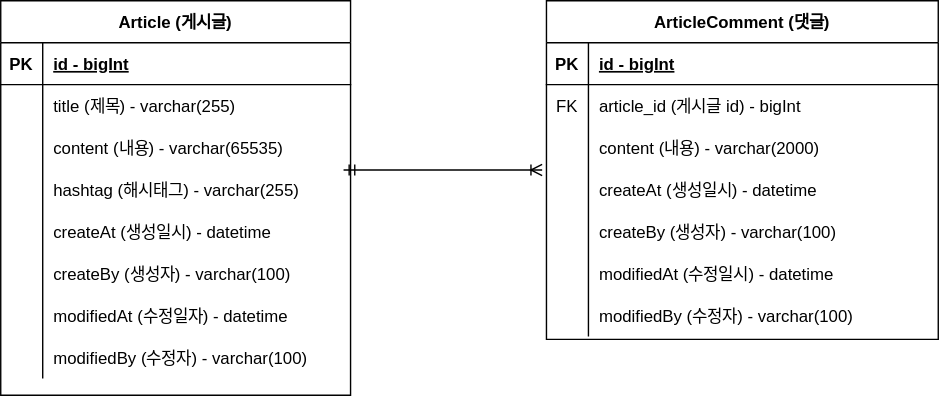
Before: domain.drawio.svg, a diagram exported from draw.io (cathuvi/fast). Source tidied: cells renumbered, new cells last; positions are measured from the earlier drawing's top-left corner, leaving out a move shared by most shapes. The source it was exported from:
```xml
<mxGraphModel>
  <root>
    <mxCell id="0" />
    <mxCell id="1" parent="0" />
    <mxCell id="2" value="Article (게시글)" style="shape=table;startSize=30;rowLines=0;fontStyle=1;align=center;" parent="1" vertex="1">
      <mxGeometry width="250" height="282" as="geometry" />
    </mxCell>
    <mxCell id="3" style="shape=tableRow;horizontal=0;startSize=0;swimlaneHead=0;swimlaneBody=0;fillColor=none;top=0;left=0;right=0;bottom=1;" parent="2" vertex="1">
      <mxGeometry y="30" width="250" height="30" as="geometry" />
    </mxCell>
    <mxCell id="4" value="PK" style="shape=partialRectangle;fillColor=none;top=0;left=0;bottom=0;right=0;fontStyle=1;overflow=hidden;" parent="3" vertex="1">
      <mxGeometry width="30" height="30" as="geometry" />
    </mxCell>
    <mxCell id="5" value="id - bigInt" style="shape=partialRectangle;fillColor=none;top=0;left=0;bottom=0;right=0;align=left;spacingLeft=6;fontStyle=5;overflow=hidden;" parent="3" vertex="1">
      <mxGeometry x="30" width="220" height="30" as="geometry" />
    </mxCell>
    <mxCell id="6" style="shape=tableRow;horizontal=0;startSize=0;swimlaneHead=0;swimlaneBody=0;fillColor=none;top=0;left=0;right=0;bottom=0;" parent="2" vertex="1">
      <mxGeometry y="60" width="250" height="30" as="geometry" />
    </mxCell>
    <mxCell id="7" style="shape=partialRectangle;fillColor=none;top=0;left=0;bottom=0;right=0;overflow=hidden;" parent="6" vertex="1">
      <mxGeometry width="30" height="30" as="geometry" />
    </mxCell>
    <mxCell id="8" value="title (제목) - varchar(255)" style="shape=partialRectangle;fillColor=none;top=0;left=0;bottom=0;right=0;align=left;spacingLeft=6;overflow=hidden;" parent="6" vertex="1">
      <mxGeometry x="30" width="220" height="30" as="geometry" />
    </mxCell>
    <mxCell id="9" style="shape=tableRow;horizontal=0;startSize=0;swimlaneHead=0;swimlaneBody=0;fillColor=none;top=0;left=0;right=0;bottom=0;" parent="2" vertex="1">
      <mxGeometry y="90" width="250" height="30" as="geometry" />
    </mxCell>
    <mxCell id="10" style="shape=partialRectangle;fillColor=none;top=0;left=0;bottom=0;right=0;overflow=hidden;" parent="9" vertex="1">
      <mxGeometry width="30" height="30" as="geometry" />
    </mxCell>
    <mxCell id="11" value="content (내용) - varchar(65535)" style="shape=partialRectangle;fillColor=none;top=0;left=0;bottom=0;right=0;align=left;spacingLeft=6;overflow=hidden;" parent="9" vertex="1">
      <mxGeometry x="30" width="220" height="30" as="geometry" />
    </mxCell>
    <mxCell id="12" style="shape=tableRow;horizontal=0;startSize=0;swimlaneHead=0;swimlaneBody=0;fillColor=none;points=[[0,0.5],[1,0.5]];portConstraint=eastwest;top=0;left=0;right=0;bottom=0;" parent="2" vertex="1">
      <mxGeometry y="120" width="250" height="30" as="geometry" />
    </mxCell>
    <mxCell id="13" style="shape=partialRectangle;fillColor=none;top=0;left=0;bottom=0;right=0;overflow=hidden;" parent="12" vertex="1">
      <mxGeometry width="30" height="30" as="geometry" />
    </mxCell>
    <mxCell id="14" value="hashtag (해시태그) - varchar(255)" style="shape=partialRectangle;fillColor=none;top=0;left=0;bottom=0;right=0;align=left;spacingLeft=6;overflow=hidden;" parent="12" vertex="1">
      <mxGeometry x="30" width="220" height="30" as="geometry" />
    </mxCell>
    <mxCell id="15" style="shape=tableRow;horizontal=0;startSize=0;swimlaneHead=0;swimlaneBody=0;fillColor=none;top=0;left=0;right=0;bottom=0;" parent="2" vertex="1">
      <mxGeometry y="150" width="250" height="30" as="geometry" />
    </mxCell>
    <mxCell id="16" style="shape=partialRectangle;fillColor=none;top=0;left=0;bottom=0;right=0;overflow=hidden;" parent="15" vertex="1">
      <mxGeometry width="30" height="30" as="geometry" />
    </mxCell>
    <mxCell id="17" value="createAt (생성일시) - datetime" style="shape=partialRectangle;fillColor=none;top=0;left=0;bottom=0;right=0;align=left;spacingLeft=6;overflow=hidden;" parent="15" vertex="1">
      <mxGeometry x="30" width="220" height="30" as="geometry" />
    </mxCell>
    <mxCell id="18" style="shape=tableRow;horizontal=0;startSize=0;swimlaneHead=0;swimlaneBody=0;fillColor=none;top=0;left=0;right=0;bottom=0;" parent="2" vertex="1">
      <mxGeometry y="180" width="250" height="30" as="geometry" />
    </mxCell>
    <mxCell id="19" style="shape=partialRectangle;fillColor=none;top=0;left=0;bottom=0;right=0;overflow=hidden;" parent="18" vertex="1">
      <mxGeometry width="30" height="30" as="geometry" />
    </mxCell>
    <mxCell id="20" value="createBy (생성자) - varchar(100)" style="shape=partialRectangle;fillColor=none;top=0;left=0;bottom=0;right=0;align=left;spacingLeft=6;overflow=hidden;" parent="18" vertex="1">
      <mxGeometry x="30" width="220" height="30" as="geometry" />
    </mxCell>
    <mxCell id="21" style="shape=tableRow;horizontal=0;startSize=0;swimlaneHead=0;swimlaneBody=0;fillColor=none;top=0;left=0;right=0;bottom=0;" parent="2" vertex="1">
      <mxGeometry y="210" width="250" height="30" as="geometry" />
    </mxCell>
    <mxCell id="22" style="shape=partialRectangle;fillColor=none;top=0;left=0;bottom=0;right=0;overflow=hidden;" parent="21" vertex="1">
      <mxGeometry width="30" height="30" as="geometry" />
    </mxCell>
    <mxCell id="23" value="modifiedAt (수정일자) - datetime" style="shape=partialRectangle;fillColor=none;top=0;left=0;bottom=0;right=0;align=left;spacingLeft=6;overflow=hidden;" parent="21" vertex="1">
      <mxGeometry x="30" width="220" height="30" as="geometry" />
    </mxCell>
    <mxCell id="24" style="shape=tableRow;horizontal=0;startSize=0;swimlaneHead=0;swimlaneBody=0;fillColor=none;top=0;left=0;right=0;bottom=0;" parent="2" vertex="1">
      <mxGeometry y="240" width="250" height="30" as="geometry" />
    </mxCell>
    <mxCell id="25" style="shape=partialRectangle;fillColor=none;top=0;left=0;bottom=0;right=0;overflow=hidden;" parent="24" vertex="1">
      <mxGeometry width="30" height="30" as="geometry" />
    </mxCell>
    <mxCell id="26" value="modifiedBy (수정자) - varchar(100)" style="shape=partialRectangle;fillColor=none;top=0;left=0;bottom=0;right=0;align=left;spacingLeft=6;overflow=hidden;" parent="24" vertex="1">
      <mxGeometry x="30" width="220" height="30" as="geometry" />
    </mxCell>
    <mxCell id="27" value="ArticleComment (댓글)" style="shape=table;startSize=30;rowLines=0;fontStyle=1;align=center;" parent="1" vertex="1">
      <mxGeometry x="390" width="280" height="242" as="geometry" />
    </mxCell>
    <mxCell id="28" style="shape=tableRow;horizontal=0;startSize=0;swimlaneHead=0;swimlaneBody=0;fillColor=none;top=0;left=0;right=0;bottom=1;" parent="27" vertex="1">
      <mxGeometry y="30" width="280" height="30" as="geometry" />
    </mxCell>
    <mxCell id="29" value="PK" style="shape=partialRectangle;fillColor=none;top=0;left=0;bottom=0;right=0;fontStyle=1;overflow=hidden;" parent="28" vertex="1">
      <mxGeometry width="30" height="30" as="geometry" />
    </mxCell>
    <mxCell id="30" value="id - bigInt" style="shape=partialRectangle;fillColor=none;top=0;left=0;bottom=0;right=0;align=left;spacingLeft=6;fontStyle=5;overflow=hidden;" parent="28" vertex="1">
      <mxGeometry x="30" width="250" height="30" as="geometry" />
    </mxCell>
    <mxCell id="31" style="shape=tableRow;horizontal=0;startSize=0;swimlaneHead=0;swimlaneBody=0;fillColor=none;top=0;left=0;right=0;bottom=0;" parent="27" vertex="1">
      <mxGeometry y="60" width="280" height="30" as="geometry" />
    </mxCell>
    <mxCell id="32" value="FK" style="shape=partialRectangle;fillColor=none;top=0;left=0;bottom=0;right=0;overflow=hidden;" parent="31" vertex="1">
      <mxGeometry width="30" height="30" as="geometry" />
    </mxCell>
    <mxCell id="33" value="article_id (게시글 id) - bigInt" style="shape=partialRectangle;fillColor=none;top=0;left=0;bottom=0;right=0;align=left;spacingLeft=6;overflow=hidden;" parent="31" vertex="1">
      <mxGeometry x="30" width="250" height="30" as="geometry" />
    </mxCell>
    <mxCell id="34" style="shape=tableRow;horizontal=0;startSize=0;swimlaneHead=0;swimlaneBody=0;fillColor=none;points=[[0,0.5],[1,0.5]];portConstraint=eastwest;top=0;left=0;right=0;bottom=0;" parent="27" vertex="1">
      <mxGeometry y="90" width="280" height="30" as="geometry" />
    </mxCell>
    <mxCell id="35" style="shape=partialRectangle;fillColor=none;top=0;left=0;bottom=0;right=0;overflow=hidden;" parent="34" vertex="1">
      <mxGeometry width="30" height="30" as="geometry" />
    </mxCell>
    <mxCell id="36" value="content (내용) - varchar(2000)" style="shape=partialRectangle;fillColor=none;top=0;left=0;bottom=0;right=0;align=left;spacingLeft=6;overflow=hidden;" parent="34" vertex="1">
      <mxGeometry x="30" width="250" height="30" as="geometry" />
    </mxCell>
    <mxCell id="37" style="shape=tableRow;horizontal=0;startSize=0;swimlaneHead=0;swimlaneBody=0;fillColor=none;top=0;left=0;right=0;bottom=0;" parent="27" vertex="1">
      <mxGeometry y="120" width="280" height="30" as="geometry" />
    </mxCell>
    <mxCell id="38" style="shape=partialRectangle;fillColor=none;top=0;left=0;bottom=0;right=0;overflow=hidden;" parent="37" vertex="1">
      <mxGeometry width="30" height="30" as="geometry" />
    </mxCell>
    <mxCell id="39" value="createAt (생성일시) - datetime" style="shape=partialRectangle;fillColor=none;top=0;left=0;bottom=0;right=0;align=left;spacingLeft=6;overflow=hidden;" parent="37" vertex="1">
      <mxGeometry x="30" width="250" height="30" as="geometry" />
    </mxCell>
    <mxCell id="40" style="shape=tableRow;horizontal=0;startSize=0;swimlaneHead=0;swimlaneBody=0;fillColor=none;top=0;left=0;right=0;bottom=0;" parent="27" vertex="1">
      <mxGeometry y="150" width="280" height="30" as="geometry" />
    </mxCell>
    <mxCell id="41" style="shape=partialRectangle;fillColor=none;top=0;left=0;bottom=0;right=0;overflow=hidden;" parent="40" vertex="1">
      <mxGeometry width="30" height="30" as="geometry" />
    </mxCell>
    <mxCell id="42" value="createBy (생성자) - varchar(100)" style="shape=partialRectangle;fillColor=none;top=0;left=0;bottom=0;right=0;align=left;spacingLeft=6;overflow=hidden;" parent="40" vertex="1">
      <mxGeometry x="30" width="250" height="30" as="geometry" />
    </mxCell>
    <mxCell id="43" style="shape=tableRow;horizontal=0;startSize=0;swimlaneHead=0;swimlaneBody=0;fillColor=none;top=0;left=0;right=0;bottom=0;" parent="27" vertex="1">
      <mxGeometry y="180" width="280" height="30" as="geometry" />
    </mxCell>
    <mxCell id="44" style="shape=partialRectangle;fillColor=none;top=0;left=0;bottom=0;right=0;overflow=hidden;" parent="43" vertex="1">
      <mxGeometry width="30" height="30" as="geometry" />
    </mxCell>
    <mxCell id="45" value="modifiedAt (수정일시) - datetime" style="shape=partialRectangle;fillColor=none;top=0;left=0;bottom=0;right=0;align=left;spacingLeft=6;overflow=hidden;" parent="43" vertex="1">
      <mxGeometry x="30" width="250" height="30" as="geometry" />
    </mxCell>
    <mxCell id="46" style="shape=tableRow;horizontal=0;startSize=0;swimlaneHead=0;swimlaneBody=0;fillColor=none;top=0;left=0;right=0;bottom=0;" parent="27" vertex="1">
      <mxGeometry y="210" width="280" height="30" as="geometry" />
    </mxCell>
    <mxCell id="47" style="shape=partialRectangle;fillColor=none;top=0;left=0;bottom=0;right=0;overflow=hidden;" parent="46" vertex="1">
      <mxGeometry width="30" height="30" as="geometry" />
    </mxCell>
    <mxCell id="48" value="modifiedBy (수정자) - varchar(100)" style="shape=partialRectangle;fillColor=none;top=0;left=0;bottom=0;right=0;align=left;spacingLeft=6;overflow=hidden;" parent="46" vertex="1">
      <mxGeometry x="30" width="250" height="30" as="geometry" />
    </mxCell>
    <mxCell id="49" style="edgeStyle=entityRelationEdgeStyle;fontSize=12;html=1;endArrow=ERoneToMany;startArrow=ERmandOne;rounded=0;entryX=-0.011;entryY=1.033;entryDx=0;entryDy=0;entryPerimeter=0;exitX=0.98;exitY=0.033;exitDx=0;exitDy=0;exitPerimeter=0;" parent="1" edge="1" source="12" target="34">
      <mxGeometry relative="1" as="geometry" />
    </mxCell>
  </root>
</mxGraphModel>
```
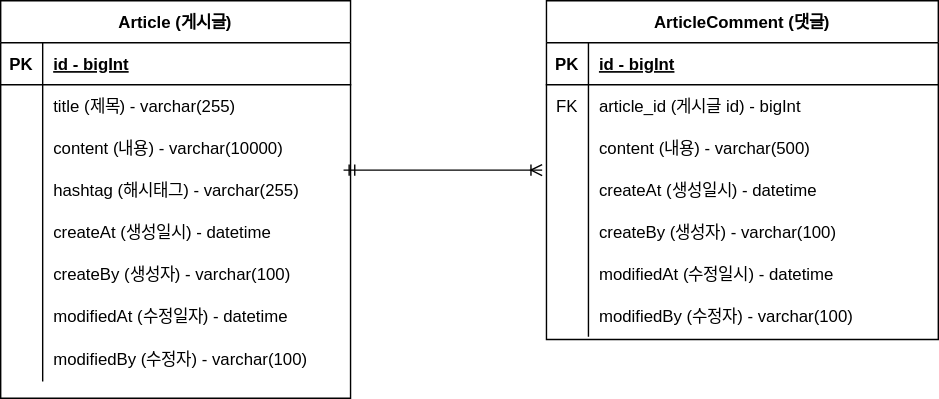
The same file after the commit.

Commit message:
#3 - erd 업데이트 : content 사이즈 변

The edit, as a diff of the source:
```diff
@@ -3,7 +3,7 @@
     <mxCell id="0" />
     <mxCell id="1" parent="0" />
     <mxCell id="2" value="Article (게시글)" style="shape=table;startSize=30;rowLines=0;fontStyle=1;align=center;" parent="1" vertex="1">
-      <mxGeometry width="250" height="282" as="geometry" />
+      <mxGeometry width="250" height="284" as="geometry" />
     </mxCell>
     <mxCell id="3" style="shape=tableRow;horizontal=0;startSize=0;swimlaneHead=0;swimlaneBody=0;fillColor=none;top=0;left=0;right=0;bottom=1;" parent="2" vertex="1">
       <mxGeometry y="30" width="250" height="30" as="geometry" />
@@ -29,7 +29,7 @@
     <mxCell id="10" style="shape=partialRectangle;fillColor=none;top=0;left=0;bottom=0;right=0;overflow=hidden;" parent="9" vertex="1">
       <mxGeometry width="30" height="30" as="geometry" />
     </mxCell>
-    <mxCell id="11" value="content (내용) - varchar(65535)" style="shape=partialRectangle;fillColor=none;top=0;left=0;bottom=0;right=0;align=left;spacingLeft=6;overflow=hidden;" parent="9" vertex="1">
+    <mxCell id="11" value="content (내용) - varchar(10000)" style="shape=partialRectangle;fillColor=none;top=0;left=0;bottom=0;right=0;align=left;spacingLeft=6;overflow=hidden;" parent="9" vertex="1">
       <mxGeometry x="30" width="220" height="30" as="geometry" />
     </mxCell>
     <mxCell id="12" style="shape=tableRow;horizontal=0;startSize=0;swimlaneHead=0;swimlaneBody=0;fillColor=none;points=[[0,0.5],[1,0.5]];portConstraint=eastwest;top=0;left=0;right=0;bottom=0;" parent="2" vertex="1">
@@ -69,13 +69,13 @@
       <mxGeometry x="30" width="220" height="30" as="geometry" />
     </mxCell>
     <mxCell id="24" style="shape=tableRow;horizontal=0;startSize=0;swimlaneHead=0;swimlaneBody=0;fillColor=none;top=0;left=0;right=0;bottom=0;" parent="2" vertex="1">
-      <mxGeometry y="240" width="250" height="30" as="geometry" />
+      <mxGeometry y="240" width="250" height="32" as="geometry" />
     </mxCell>
     <mxCell id="25" style="shape=partialRectangle;fillColor=none;top=0;left=0;bottom=0;right=0;overflow=hidden;" parent="24" vertex="1">
-      <mxGeometry width="30" height="30" as="geometry" />
+      <mxGeometry width="30" height="32" as="geometry" />
     </mxCell>
     <mxCell id="26" value="modifiedBy (수정자) - varchar(100)" style="shape=partialRectangle;fillColor=none;top=0;left=0;bottom=0;right=0;align=left;spacingLeft=6;overflow=hidden;" parent="24" vertex="1">
-      <mxGeometry x="30" width="220" height="30" as="geometry" />
+      <mxGeometry x="30" width="220" height="32" as="geometry" />
     </mxCell>
     <mxCell id="27" value="ArticleComment (댓글)" style="shape=table;startSize=30;rowLines=0;fontStyle=1;align=center;" parent="1" vertex="1">
       <mxGeometry x="390" width="280" height="242" as="geometry" />
@@ -104,7 +104,7 @@
     <mxCell id="35" style="shape=partialRectangle;fillColor=none;top=0;left=0;bottom=0;right=0;overflow=hidden;" parent="34" vertex="1">
       <mxGeometry width="30" height="30" as="geometry" />
     </mxCell>
-    <mxCell id="36" value="content (내용) - varchar(2000)" style="shape=partialRectangle;fillColor=none;top=0;left=0;bottom=0;right=0;align=left;spacingLeft=6;overflow=hidden;" parent="34" vertex="1">
+    <mxCell id="36" value="content (내용) - varchar(500)" style="shape=partialRectangle;fillColor=none;top=0;left=0;bottom=0;right=0;align=left;spacingLeft=6;overflow=hidden;" parent="34" vertex="1">
       <mxGeometry x="30" width="250" height="30" as="geometry" />
     </mxCell>
     <mxCell id="37" style="shape=tableRow;horizontal=0;startSize=0;swimlaneHead=0;swimlaneBody=0;fillColor=none;top=0;left=0;right=0;bottom=0;" parent="27" vertex="1">
```
